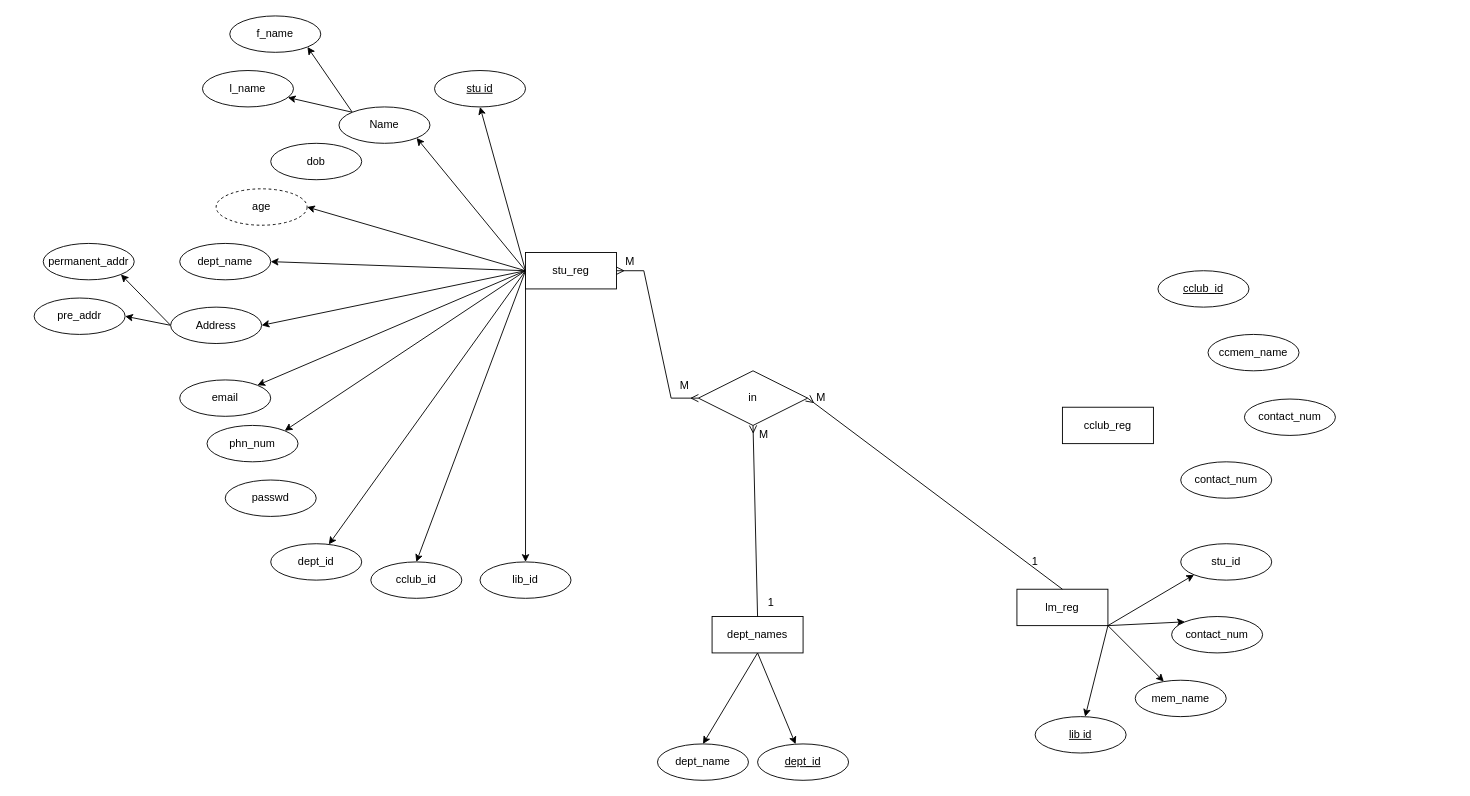
Earlier version of the draw.io diagram ER-diagram.drawio (shaid-devops/ums). Source tidied: cells renumbered, new cells numbered last; positions are measured from the earlier drawing's top-left corner, leaving out a move shared by most shapes. Both pictures are drawn from the tidied source at 91%, with x=0, y=0 at pixel (34, 15).
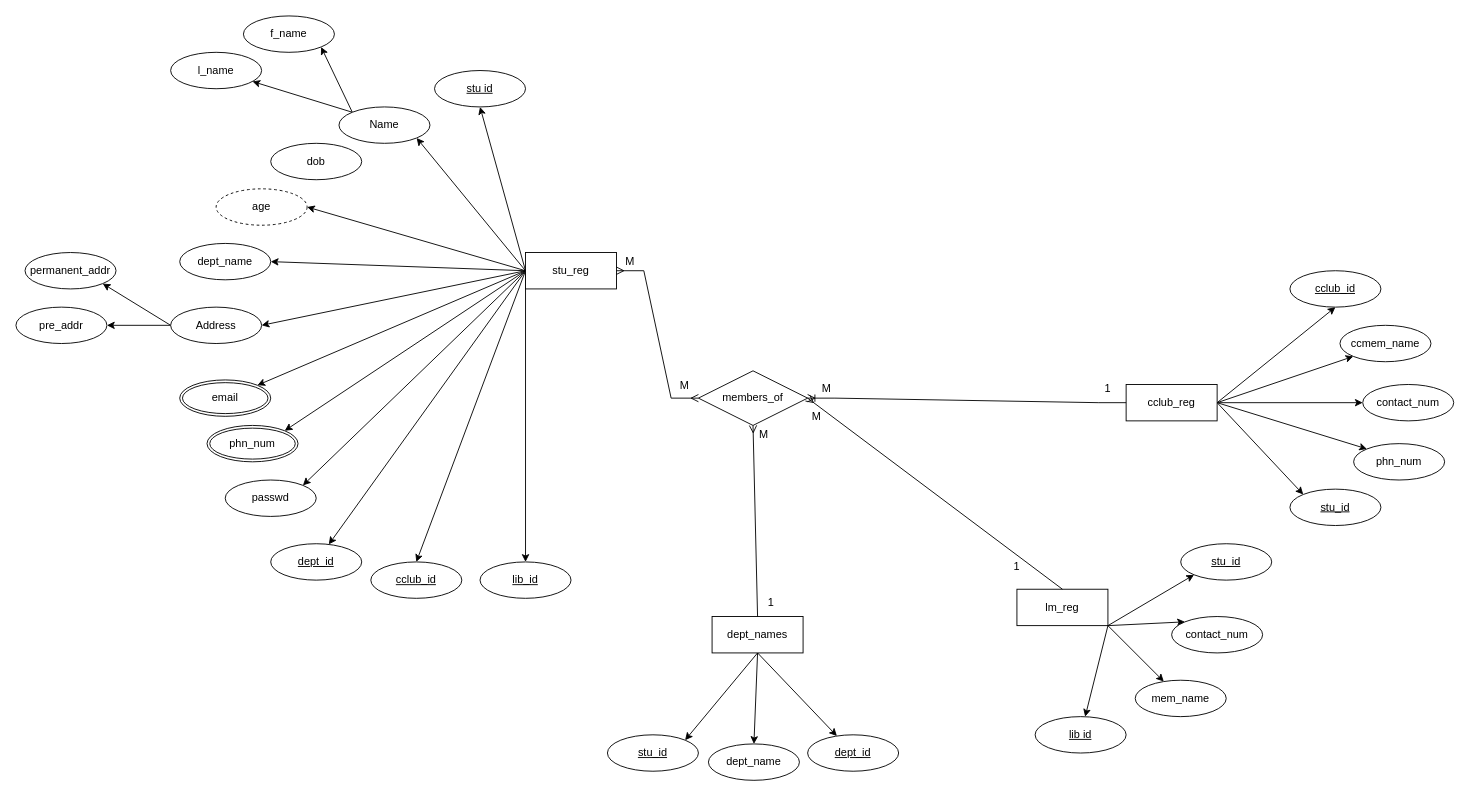
The same diagram, later.

Unchanged cells that the change refers to:
```xml
<mxCell id="15" value="stu_reg" style="whiteSpace=wrap;html=1;align=center;" parent="1" vertex="1">
  <mxGeometry x="540" y="260" width="100" height="40" as="geometry" />
</mxCell>
<mxCell id="36" value="dept_names" style="whiteSpace=wrap;html=1;align=center;" parent="1" vertex="1">
  <mxGeometry x="745" y="660" width="100" height="40" as="geometry" />
</mxCell>
<mxCell id="61" value="passwd" style="ellipse;whiteSpace=wrap;html=1;align=center;" parent="1" vertex="1">
  <mxGeometry x="210" y="510" width="100" height="40" as="geometry" />
</mxCell>
```

Diff of the diagram source:
```diff
@@
     <mxCell id="3" value="f_name" style="ellipse;whiteSpace=wrap;html=1;align=center;" parent="1" vertex="1">
-      <mxGeometry x="215" width="100" height="40" as="geometry" />
+      <mxGeometry x="230" width="100" height="40" as="geometry" />
     </mxCell>
-    <mxCell id="4" value="in" style="shape=rhombus;perimeter=rhombusPerimeter;whiteSpace=wrap;html=1;align=center;" parent="1" vertex="1">
+    <mxCell id="4" value="members_of" style="shape=rhombus;perimeter=rhombusPerimeter;whiteSpace=wrap;html=1;align=center;" parent="1" vertex="1">
       <mxGeometry x="730" y="390" width="120" height="60" as="geometry" />
     </mxCell>
@@
+    <mxCell id="62" style="rounded=0;jettySize=auto;html=1;exitX=0;exitY=0.5;exitDx=0;exitDy=0;entryX=1;entryY=0;entryDx=0;entryDy=0;" parent="1" edge="1" source="15" target="61">
+      <mxGeometry relative="1" as="geometry" />
+    </mxCell>
@@
     <mxCell id="16" value="l_name" style="ellipse;whiteSpace=wrap;html=1;align=center;" parent="1" vertex="1">
-      <mxGeometry x="185" y="60" width="100" height="40" as="geometry" />
+      <mxGeometry x="150" y="40" width="100" height="40" as="geometry" />
     </mxCell>
@@
-    <mxCell id="24" value="email" style="ellipse;whiteSpace=wrap;html=1;align=center;" parent="1" vertex="1">
+    <mxCell id="24" value="email" style="ellipse;shape=doubleEllipse;margin=3;whiteSpace=wrap;html=1;align=center;" parent="1" vertex="1">
       <mxGeometry x="160" y="400" width="100" height="40" as="geometry" />
     </mxCell>
-    <mxCell id="25" value="phn_num" style="ellipse;whiteSpace=wrap;html=1;align=center;" parent="1" vertex="1">
+    <mxCell id="25" value="phn_num" style="ellipse;shape=doubleEllipse;margin=3;whiteSpace=wrap;html=1;align=center;" parent="1" vertex="1">
       <mxGeometry x="190" y="450" width="100" height="40" as="geometry" />
     </mxCell>
     <mxCell id="26" value="permanent_addr" style="ellipse;whiteSpace=wrap;html=1;align=center;" parent="1" vertex="1">
-      <mxGeometry x="10" y="250" width="100" height="40" as="geometry" />
+      <mxGeometry x="-10" y="260" width="100" height="40" as="geometry" />
     </mxCell>
     <mxCell id="27" value="pre_addr" style="ellipse;whiteSpace=wrap;html=1;align=center;" parent="1" vertex="1">
-      <mxGeometry y="310" width="100" height="40" as="geometry" />
+      <mxGeometry x="-20" y="320" width="100" height="40" as="geometry" />
     </mxCell>
@@
+    <mxCell id="63" style="rounded=0;jettySize=auto;html=1;exitX=0.5;exitY=1;exitDx=0;exitDy=0;entryX=1;entryY=0;entryDx=0;entryDy=0;" parent="1" edge="1" source="36" target="73">
+      <mxGeometry relative="1" as="geometry" />
+    </mxCell>
@@
     <mxCell id="37" value="dept_name" style="ellipse;whiteSpace=wrap;html=1;align=center;" parent="1" vertex="1">
-      <mxGeometry x="685" y="800" width="100" height="40" as="geometry" />
+      <mxGeometry x="741" y="800" width="100" height="40" as="geometry" />
     </mxCell>
     <mxCell id="38" value="dept_id" style="ellipse;whiteSpace=wrap;html=1;align=center;fontStyle=4;" parent="1" vertex="1">
-      <mxGeometry x="795" y="800" width="100" height="40" as="geometry" />
+      <mxGeometry x="850" y="790" width="100" height="40" as="geometry" />
     </mxCell>
@@
-    <mxCell id="41" value="dept_id" style="ellipse;whiteSpace=wrap;html=1;align=center;" parent="1" vertex="1">
+    <mxCell id="41" value="dept_id" style="ellipse;whiteSpace=wrap;html=1;align=center;fontStyle=4;" parent="1" vertex="1">
       <mxGeometry x="260" y="580" width="100" height="40" as="geometry" />
     </mxCell>
@@
-    <mxCell id="43" value="cclub_id" style="ellipse;whiteSpace=wrap;html=1;align=center;" parent="1" vertex="1">
+    <mxCell id="43" value="cclub_id" style="ellipse;whiteSpace=wrap;html=1;align=center;fontStyle=4;" parent="1" vertex="1">
       <mxGeometry x="370" y="600" width="100" height="40" as="geometry" />
     </mxCell>
-    <mxCell id="44" value="lib_id" style="ellipse;whiteSpace=wrap;html=1;align=center;" parent="1" vertex="1">
+    <mxCell id="44" value="lib_id" style="ellipse;whiteSpace=wrap;html=1;align=center;fontStyle=4;" parent="1" vertex="1">
       <mxGeometry x="490" y="600" width="100" height="40" as="geometry" />
     </mxCell>
@@
-    <mxCell id="47" value="stu_id" style="ellipse;whiteSpace=wrap;html=1;align=center;" parent="1" vertex="1">
+    <mxCell id="47" value="stu_id" style="ellipse;whiteSpace=wrap;html=1;align=center;fontStyle=4;" parent="1" vertex="1">
       <mxGeometry x="1260" y="580" width="100" height="40" as="geometry" />
     </mxCell>
@@
     <mxCell id="54" value="M" style="text;html=1;align=center;verticalAlign=middle;whiteSpace=wrap;rounded=0;" parent="1" vertex="1">
-      <mxGeometry x="835" y="405" width="60" height="30" as="geometry" />
+      <mxGeometry x="830" y="426" width="60" height="30" as="geometry" />
     </mxCell>
     <mxCell id="55" value="1" style="text;html=1;align=center;verticalAlign=middle;whiteSpace=wrap;rounded=0;" parent="1" vertex="1">
-      <mxGeometry x="1070" y="585" width="60" height="30" as="geometry" />
+      <mxGeometry x="1050" y="590" width="60" height="30" as="geometry" />
     </mxCell>
+    <mxCell id="64" style="rounded=0;jettySize=auto;html=1;exitX=1;exitY=0.5;exitDx=0;exitDy=0;entryX=0.5;entryY=1;entryDx=0;entryDy=0;" parent="1" edge="1" source="56" target="60">
+      <mxGeometry relative="1" as="geometry" />
+    </mxCell>
+    <mxCell id="65" style="rounded=0;jettySize=auto;html=1;exitX=1;exitY=0.5;exitDx=0;exitDy=0;entryX=0;entryY=1;entryDx=0;entryDy=0;" parent="1" edge="1" source="56" target="59">
+      <mxGeometry relative="1" as="geometry" />
+    </mxCell>
+    <mxCell id="66" style="rounded=0;jettySize=auto;html=1;exitX=1;exitY=0.5;exitDx=0;exitDy=0;entryX=0;entryY=0.5;entryDx=0;entryDy=0;" parent="1" edge="1" source="56" target="58">
+      <mxGeometry relative="1" as="geometry" />
+    </mxCell>
+    <mxCell id="67" style="rounded=0;jettySize=auto;html=1;exitX=1;exitY=0.5;exitDx=0;exitDy=0;entryX=0;entryY=0;entryDx=0;entryDy=0;" parent="1" edge="1" source="56" target="57">
+      <mxGeometry relative="1" as="geometry" />
+    </mxCell>
+    <mxCell id="68" style="rounded=0;jettySize=auto;html=1;exitX=1;exitY=0.5;exitDx=0;exitDy=0;entryX=0;entryY=0;entryDx=0;entryDy=0;" parent="1" edge="1" source="56" target="72">
+      <mxGeometry relative="1" as="geometry" />
+    </mxCell>
     <mxCell id="56" value="cclub_reg" style="whiteSpace=wrap;html=1;align=center;" parent="1" vertex="1">
-      <mxGeometry x="1130" y="430" width="100" height="40" as="geometry" />
+      <mxGeometry x="1200" y="405" width="100" height="40" as="geometry" />
     </mxCell>
-    <mxCell id="57" value="contact_num" style="ellipse;whiteSpace=wrap;html=1;align=center;" parent="1" vertex="1">
-      <mxGeometry x="1260" y="490" width="100" height="40" as="geometry" />
+    <mxCell id="57" value="phn_num" style="ellipse;whiteSpace=wrap;html=1;align=center;" parent="1" vertex="1">
+      <mxGeometry x="1450" y="470" width="100" height="40" as="geometry" />
     </mxCell>
     <mxCell id="58" value="contact_num" style="ellipse;whiteSpace=wrap;html=1;align=center;" parent="1" vertex="1">
-      <mxGeometry x="1330" y="421" width="100" height="40" as="geometry" />
+      <mxGeometry x="1460" y="405" width="100" height="40" as="geometry" />
     </mxCell>
     <mxCell id="59" value="ccmem_name" style="ellipse;whiteSpace=wrap;html=1;align=center;" parent="1" vertex="1">
-      <mxGeometry x="1290" y="350" width="100" height="40" as="geometry" />
+      <mxGeometry x="1435" y="340" width="100" height="40" as="geometry" />
     </mxCell>
     <mxCell id="60" value="cclub_id" style="ellipse;whiteSpace=wrap;html=1;align=center;fontStyle=4;" parent="1" vertex="1">
-      <mxGeometry x="1235" y="280" width="100" height="40" as="geometry" />
+      <mxGeometry x="1380" y="280" width="100" height="40" as="geometry" />
     </mxCell>
@@
+    <mxCell id="69" style="edgeStyle=entityRelationEdgeStyle;fontSize=12;html=1;endArrow=ERoneToMany;rounded=0;entryX=1;entryY=0.5;entryDx=0;entryDy=0;exitX=0;exitY=0.5;exitDx=0;exitDy=0;" parent="1" edge="1" source="56" target="4">
+      <mxGeometry relative="1" as="geometry" />
+    </mxCell>
+    <mxCell id="70" value="M" style="text;html=1;align=center;verticalAlign=middle;whiteSpace=wrap;rounded=0;" parent="1" vertex="1">
+      <mxGeometry x="841" y="395" width="60" height="30" as="geometry" />
+    </mxCell>
+    <mxCell id="71" value="1" style="text;html=1;align=center;verticalAlign=middle;whiteSpace=wrap;rounded=0;" parent="1" vertex="1">
+      <mxGeometry x="1150" y="395" width="60" height="30" as="geometry" />
+    </mxCell>
+    <mxCell id="72" value="stu_id" style="ellipse;whiteSpace=wrap;html=1;align=center;fontStyle=4;" parent="1" vertex="1">
+      <mxGeometry x="1380" y="520" width="100" height="40" as="geometry" />
+    </mxCell>
+    <mxCell id="73" value="stu_id" style="ellipse;whiteSpace=wrap;html=1;align=center;fontStyle=4;" parent="1" vertex="1">
+      <mxGeometry x="630" y="790" width="100" height="40" as="geometry" />
+    </mxCell>
```
